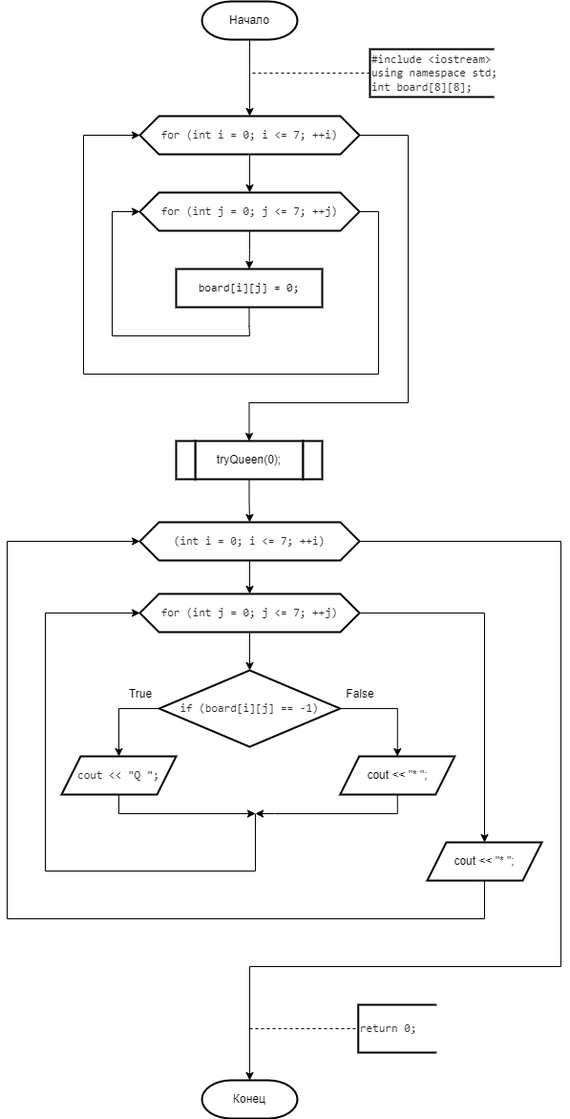
Before: 2 Семестр/Labs/1 Лаба(8 ферзей)/8 ферзей.png, a diagram exported from draw.io (IlyaFedoseev227/LABS-PNRPU-IVT-22-1b). Source tidied: cells renumbered, new cells last; positions are measured from the earlier drawing's top-left corner, leaving out a move shared by most shapes.
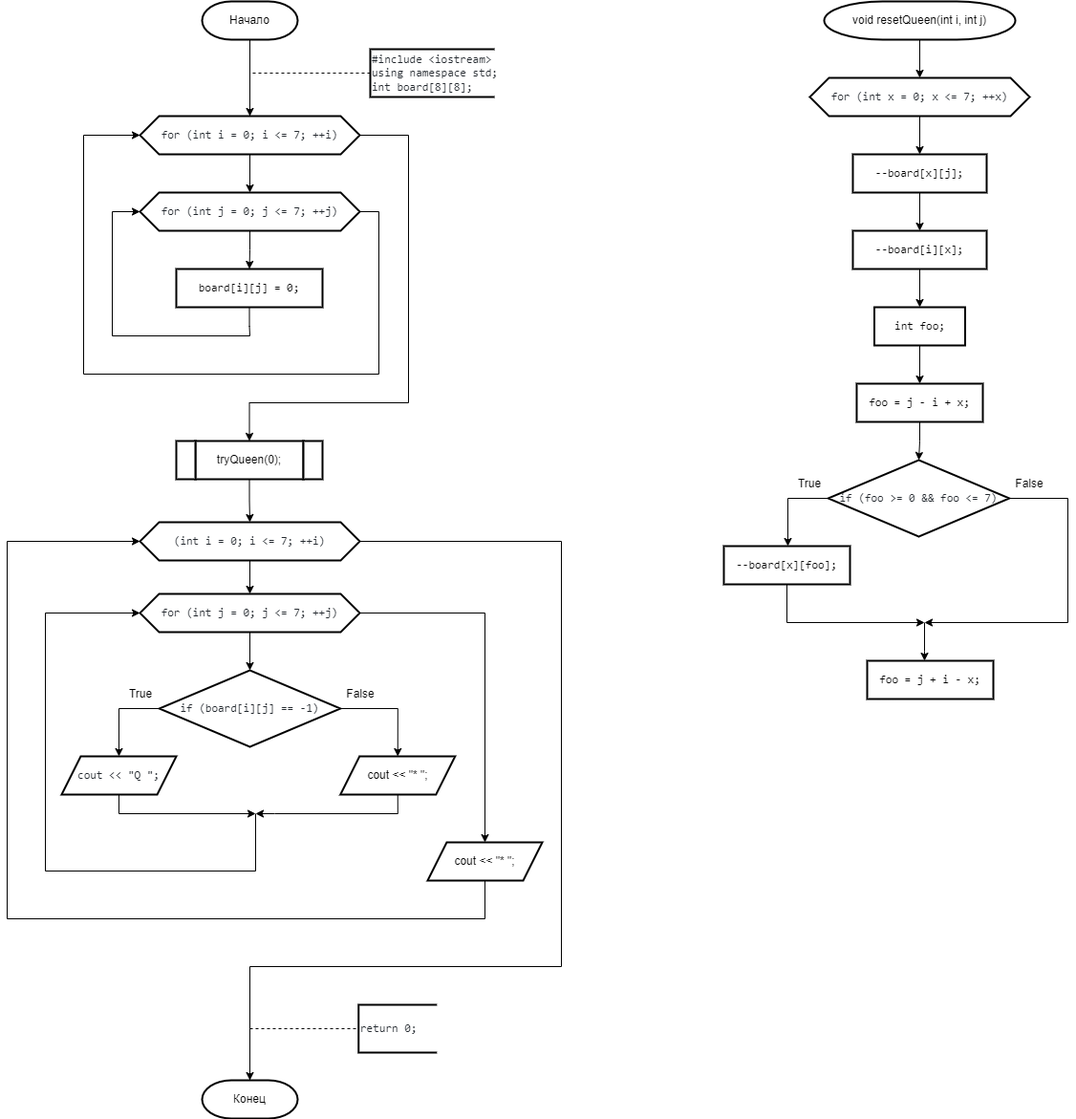
After the commit.

Change to the diagram source:
```diff
@@ -167,5 +167,88 @@
     <mxCell id="38" value="&lt;font face=&quot;ui-monospace, SFMono-Regular, SF Mono, Menlo, Consolas, Liberation Mono, monospace&quot; color=&quot;#24292f&quot;&gt;&lt;span style=&quot;background-color: rgb(255, 255, 255);&quot;&gt;return 0;&lt;/span&gt;&lt;/font&gt;" style="strokeWidth=2;html=1;shape=mxgraph.flowchart.annotation_1;align=left;" parent="1" vertex="1">
       <mxGeometry x="367.8" y="1050" width="82" height="50" as="geometry" />
     </mxCell>
+    <mxCell id="39" style="edgeStyle=orthogonalEdgeStyle;rounded=0;jettySize=auto;html=1;exitX=0.5;exitY=1;exitDx=0;exitDy=0;exitPerimeter=0;entryX=0.5;entryY=0;entryDx=0;entryDy=0;" parent="1" edge="1" source="40" target="42">
+      <mxGeometry relative="1" as="geometry" />
+    </mxCell>
+    <mxCell id="40" value="void resetQueen(int i, int j)" style="strokeWidth=2;html=1;shape=mxgraph.flowchart.terminator;whiteSpace=wrap;" parent="1" vertex="1">
+      <mxGeometry x="855" width="200" height="40" as="geometry" />
+    </mxCell>
+    <mxCell id="41" style="edgeStyle=orthogonalEdgeStyle;rounded=0;jettySize=auto;html=1;exitX=0.5;exitY=1;exitDx=0;exitDy=0;entryX=0.5;entryY=0;entryDx=0;entryDy=0;" parent="1" edge="1" source="42" target="44">
+      <mxGeometry relative="1" as="geometry" />
+    </mxCell>
+    <mxCell id="42" value="&lt;div style=&quot;text-align: start;&quot;&gt;&lt;font face=&quot;ui-monospace, SFMono-Regular, SF Mono, Menlo, Consolas, Liberation Mono, monospace&quot; color=&quot;#24292f&quot;&gt;for (int x = 0; x &amp;lt;= 7; ++x)&lt;/font&gt;&lt;br&gt;&lt;/div&gt;" style="shape=hexagon;perimeter=hexagonPerimeter2;whiteSpace=wrap;html=1;fixedSize=1;strokeWidth=2;" parent="1" vertex="1">
+      <mxGeometry x="840" y="80" width="230" height="40" as="geometry" />
+    </mxCell>
+    <mxCell id="43" style="edgeStyle=orthogonalEdgeStyle;rounded=0;jettySize=auto;html=1;exitX=0.5;exitY=1;exitDx=0;exitDy=0;" parent="1" edge="1" source="44" target="46">
+      <mxGeometry relative="1" as="geometry" />
+    </mxCell>
+    <mxCell id="44" value="&lt;div style=&quot;text-align: start;&quot;&gt;&lt;font face=&quot;ui-monospace, SFMono-Regular, SF Mono, Menlo, Consolas, Liberation Mono, monospace&quot;&gt;--board[x][j];&lt;/font&gt;&lt;br&gt;&lt;/div&gt;" style="shape=parallelogram;perimeter=parallelogramPerimeter;whiteSpace=wrap;html=1;fixedSize=1;strokeWidth=2;size=-6;" parent="1" vertex="1">
+      <mxGeometry x="885" y="160" width="140" height="40" as="geometry" />
+    </mxCell>
+    <mxCell id="45" style="edgeStyle=orthogonalEdgeStyle;rounded=0;jettySize=auto;html=1;exitX=0.5;exitY=1;exitDx=0;exitDy=0;" parent="1" edge="1" source="46" target="48">
+      <mxGeometry relative="1" as="geometry" />
+    </mxCell>
+    <mxCell id="46" value="&lt;div style=&quot;text-align: start;&quot;&gt;&lt;font face=&quot;ui-monospace, SFMono-Regular, SF Mono, Menlo, Consolas, Liberation Mono, monospace&quot;&gt;--board[i][x];&lt;/font&gt;&lt;br&gt;&lt;/div&gt;" style="shape=parallelogram;perimeter=parallelogramPerimeter;whiteSpace=wrap;html=1;fixedSize=1;strokeWidth=2;size=-6;" parent="1" vertex="1">
+      <mxGeometry x="885" y="240" width="140" height="40" as="geometry" />
+    </mxCell>
+    <mxCell id="47" style="edgeStyle=orthogonalEdgeStyle;rounded=0;jettySize=auto;html=1;exitX=0.5;exitY=1;exitDx=0;exitDy=0;" parent="1" edge="1" source="48" target="50">
+      <mxGeometry relative="1" as="geometry" />
+    </mxCell>
+    <mxCell id="48" value="&lt;div style=&quot;text-align: start;&quot;&gt;&lt;font face=&quot;ui-monospace, SFMono-Regular, SF Mono, Menlo, Consolas, Liberation Mono, monospace&quot;&gt;int foo;&lt;/font&gt;&lt;br&gt;&lt;/div&gt;" style="shape=parallelogram;perimeter=parallelogramPerimeter;whiteSpace=wrap;html=1;fixedSize=1;strokeWidth=2;size=-6;" parent="1" vertex="1">
+      <mxGeometry x="907.5" y="320" width="95" height="40" as="geometry" />
+    </mxCell>
+    <mxCell id="49" style="edgeStyle=orthogonalEdgeStyle;rounded=0;jettySize=auto;html=1;exitX=0.5;exitY=1;exitDx=0;exitDy=0;entryX=0.5;entryY=0;entryDx=0;entryDy=0;" parent="1" edge="1" source="50" target="54">
+      <mxGeometry relative="1" as="geometry" />
+    </mxCell>
+    <mxCell id="50" value="&lt;div style=&quot;text-align: start;&quot;&gt;&lt;font face=&quot;ui-monospace, SFMono-Regular, SF Mono, Menlo, Consolas, Liberation Mono, monospace&quot;&gt;foo = j - i + x;&lt;/font&gt;&lt;br&gt;&lt;/div&gt;" style="shape=parallelogram;perimeter=parallelogramPerimeter;whiteSpace=wrap;html=1;fixedSize=1;strokeWidth=2;size=-6;" parent="1" vertex="1">
+      <mxGeometry x="889" y="400" width="132" height="40" as="geometry" />
+    </mxCell>
+    <mxCell id="51" style="edgeStyle=orthogonalEdgeStyle;rounded=0;jettySize=auto;html=1;exitX=0;exitY=0.5;exitDx=0;exitDy=0;entryX=0.5;entryY=0;entryDx=0;entryDy=0;" parent="1" edge="1" source="54">
+      <mxGeometry relative="1" as="geometry">
+        <mxPoint x="817" y="570" as="targetPoint" />
+      </mxGeometry>
+    </mxCell>
+    <mxCell id="52" style="edgeStyle=orthogonalEdgeStyle;rounded=0;jettySize=auto;html=1;exitX=1;exitY=0.5;exitDx=0;exitDy=0;" parent="1" edge="1" source="54">
+      <mxGeometry relative="1" as="geometry">
+        <mxPoint x="960" y="650" as="targetPoint" />
+        <Array as="points">
+          <mxPoint x="1110" y="520" />
+          <mxPoint x="1110" y="650" />
+        </Array>
+      </mxGeometry>
+    </mxCell>
+    <mxCell id="53" style="edgeStyle=orthogonalEdgeStyle;rounded=0;orthogonalLoop=1;jettySize=auto;html=1;" parent="1" edge="1">
+      <mxGeometry relative="1" as="geometry">
+        <mxPoint x="960" y="650" as="sourcePoint" />
+        <mxPoint x="960" y="690" as="targetPoint" />
+        <Array as="points">
+          <mxPoint x="960" y="680" />
+          <mxPoint x="960" y="680" />
+        </Array>
+      </mxGeometry>
+    </mxCell>
+    <mxCell id="54" value="&lt;div style=&quot;text-align: start;&quot;&gt;&lt;font face=&quot;ui-monospace, SFMono-Regular, SF Mono, Menlo, Consolas, Liberation Mono, monospace&quot; color=&quot;#24292f&quot;&gt;if (foo &amp;gt;= 0 &amp;amp;&amp;amp; foo &amp;lt;= 7)&lt;/font&gt;&lt;br&gt;&lt;/div&gt;" style="rhombus;whiteSpace=wrap;html=1;strokeWidth=2;" parent="1" vertex="1">
+      <mxGeometry x="859.2" y="480" width="189.5" height="80" as="geometry" />
+    </mxCell>
+    <mxCell id="55" value="True" style="text;html=1;strokeColor=none;fillColor=none;align=center;verticalAlign=middle;whiteSpace=wrap;rounded=0;strokeWidth=2;" parent="1" vertex="1">
+      <mxGeometry x="810" y="490" width="60" height="30" as="geometry" />
+    </mxCell>
+    <mxCell id="56" value="False" style="text;html=1;strokeColor=none;fillColor=none;align=center;verticalAlign=middle;whiteSpace=wrap;rounded=0;strokeWidth=2;" parent="1" vertex="1">
+      <mxGeometry x="1040" y="490" width="60" height="30" as="geometry" />
+    </mxCell>
+    <mxCell id="57" style="edgeStyle=orthogonalEdgeStyle;rounded=0;jettySize=auto;html=1;exitX=0.5;exitY=1;exitDx=0;exitDy=0;" parent="1" edge="1" source="58">
+      <mxGeometry relative="1" as="geometry">
+        <mxPoint x="960" y="650" as="targetPoint" />
+        <Array as="points">
+          <mxPoint x="816" y="650" />
+        </Array>
+      </mxGeometry>
+    </mxCell>
+    <mxCell id="58" value="&lt;div style=&quot;text-align: start;&quot;&gt;&lt;font face=&quot;ui-monospace, SFMono-Regular, SF Mono, Menlo, Consolas, Liberation Mono, monospace&quot;&gt;--board[x][foo];&lt;/font&gt;&lt;br&gt;&lt;/div&gt;" style="shape=parallelogram;perimeter=parallelogramPerimeter;whiteSpace=wrap;html=1;fixedSize=1;strokeWidth=2;size=-6;" parent="1" vertex="1">
+      <mxGeometry x="750" y="570" width="132" height="40" as="geometry" />
+    </mxCell>
+    <mxCell id="59" value="&lt;div style=&quot;text-align: start;&quot;&gt;&lt;font face=&quot;ui-monospace, SFMono-Regular, SF Mono, Menlo, Consolas, Liberation Mono, monospace&quot;&gt;foo = j + i - x;&lt;/font&gt;&lt;br&gt;&lt;/div&gt;" style="shape=parallelogram;perimeter=parallelogramPerimeter;whiteSpace=wrap;html=1;fixedSize=1;strokeWidth=2;size=-6;" parent="1" vertex="1">
+      <mxGeometry x="900" y="690" width="132" height="40" as="geometry" />
+    </mxCell>
   </root>
 </mxGraphModel>
```
